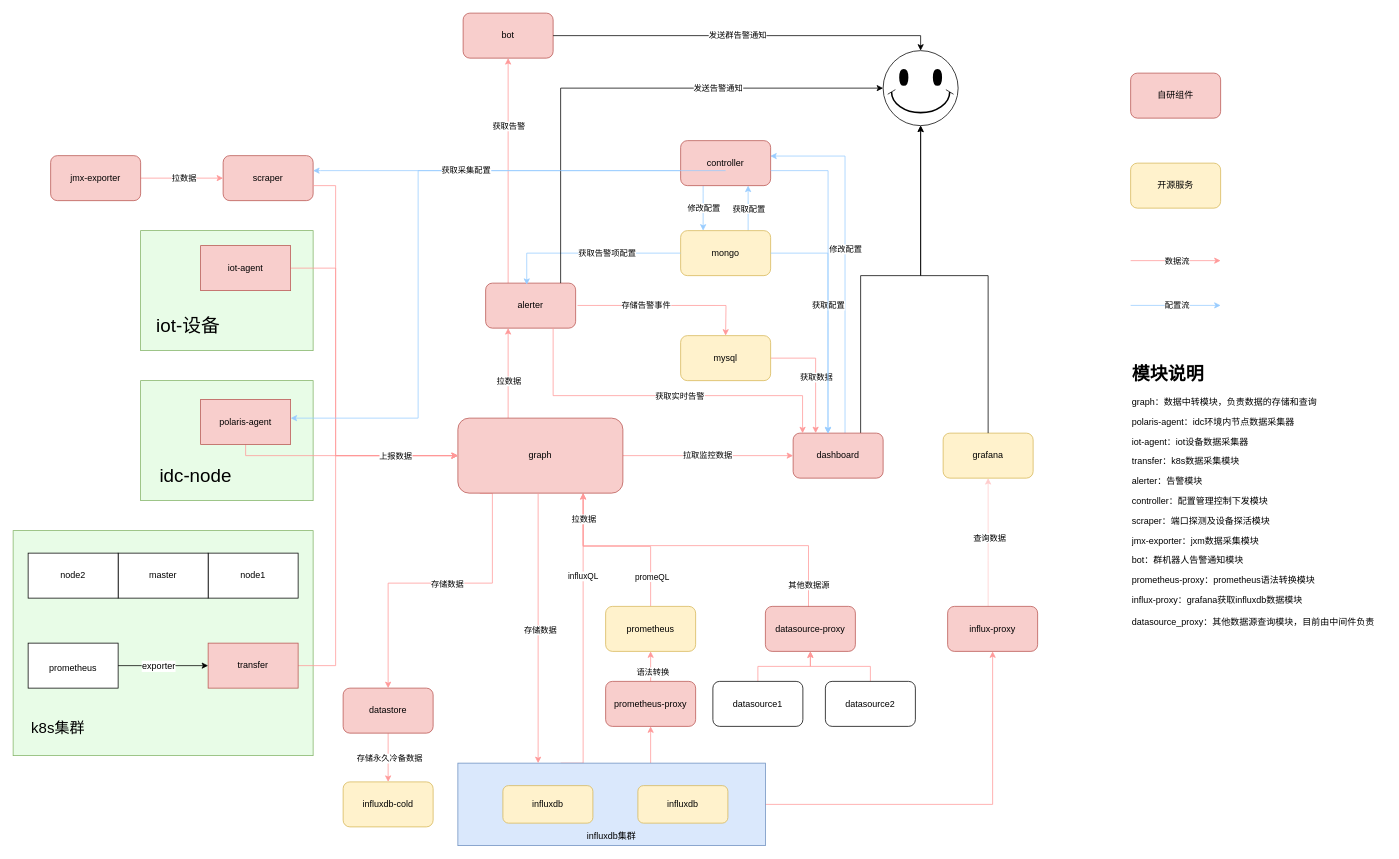
This is polaris框架.drawio from wupei-w/diagrams, a draw.io file, before an edit. Source tidied: cells renumbered, new cells numbered last; positions are measured from the earlier drawing's top-left corner, leaving out a move shared by most shapes. Both pictures are drawn from the tidied source at 75%, with x=0, y=0 at pixel (13, 13).
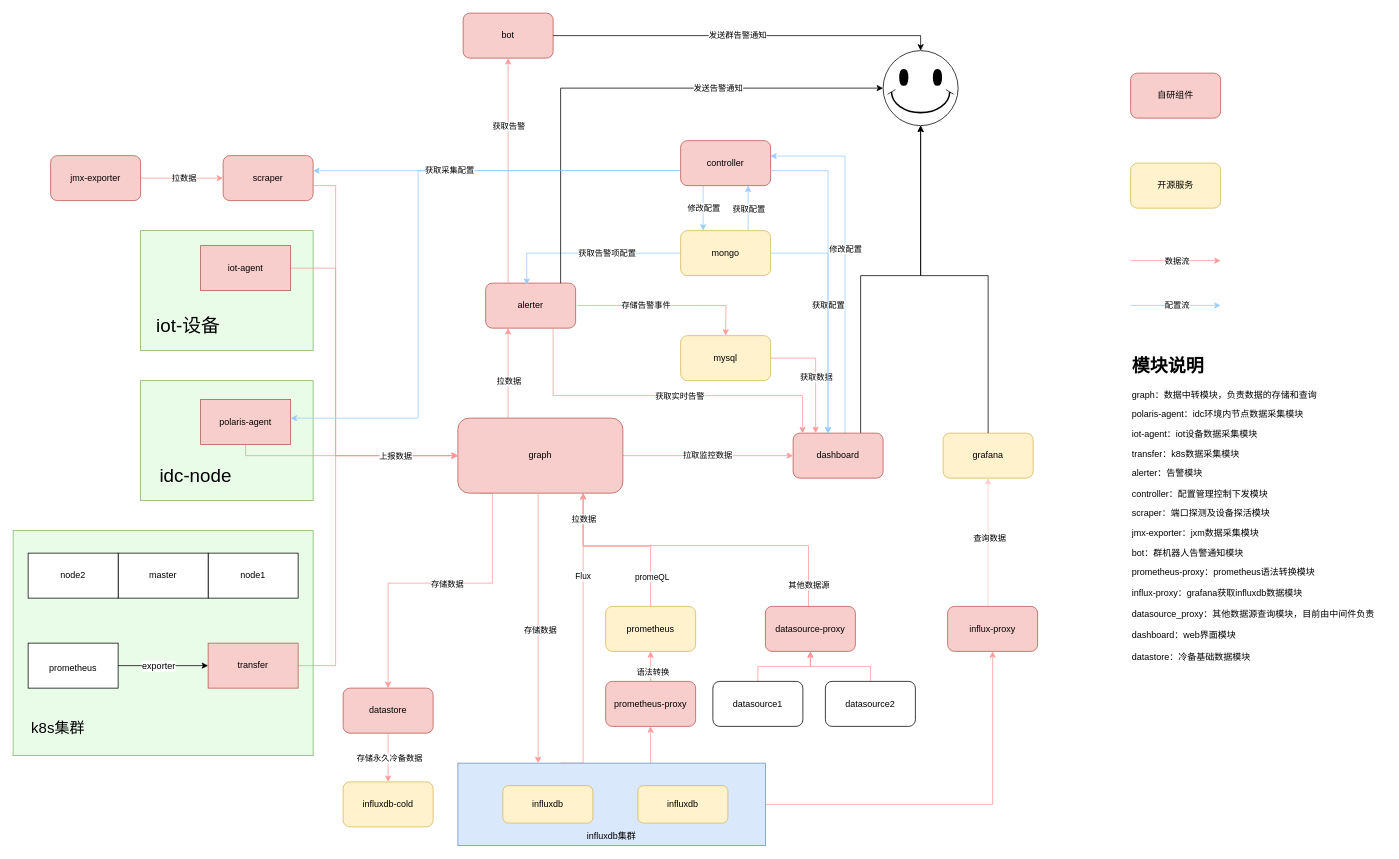
The same diagram, later.

The change refers to these unchanged cells:
```xml
<mxCell id="5" style="edgeStyle=orthogonalEdgeStyle;rounded=0;orthogonalLoop=1;jettySize=auto;html=1;exitX=0;exitY=0;exitDx=0;exitDy=0;entryX=0.5;entryY=1;entryDx=0;entryDy=0;strokeColor=#FF9999;" parent="1" edge="1">
  <mxGeometry relative="1" as="geometry">
    <mxPoint x="730" y="1000" as="sourcePoint" />
    <mxPoint x="760" y="630" as="targetPoint" />
    <Array as="points">
      <mxPoint x="760" y="1000" />
    </Array>
  </mxGeometry>
</mxCell>
```

What changed in the source:
```diff
@@
-    <mxCell id="6" value="influxQL" style="edgeLabel;html=1;align=center;verticalAlign=middle;" parent="5" vertex="1">
+    <mxCell id="6" value="Flux" style="edgeLabel;html=1;align=center;verticalAlign=middle;" parent="5" vertex="1">
       <mxGeometry x="0.4" y="1" relative="1" as="geometry" />
     </mxCell>
@@
     <mxCell id="104" style="edgeStyle=orthogonalEdgeStyle;rounded=0;orthogonalLoop=1;jettySize=auto;html=1;strokeColor=#99CCFF;" parent="1" edge="1">
       <mxGeometry relative="1" as="geometry">
-        <mxPoint x="950" y="210" as="sourcePoint" />
+        <mxPoint x="890" y="210" as="sourcePoint" />
         <mxPoint x="400" y="210" as="targetPoint" />
         <Array as="points">
           <mxPoint x="410" y="210" />
         </Array>
       </mxGeometry>
     </mxCell>
@@
-    <mxCell id="106" value="&lt;h1 style=&quot;margin-top: 0px;&quot;&gt;模块说明&lt;/h1&gt;&lt;p&gt;graph：数据中转模块，负责数据的存储和查询&lt;/p&gt;&lt;p&gt;polaris-agent：idc环境内节点数据采集器&lt;/p&gt;&lt;p&gt;iot-agent：iot设备数据采集器&lt;/p&gt;&lt;p&gt;transfer：k8s数据采集模块&lt;br&gt;&lt;/p&gt;&lt;p&gt;alerter：告警模块&lt;/p&gt;&lt;p&gt;controller：配置管理控制下发模块&lt;/p&gt;&lt;p&gt;scraper：端口探测及设备探活模块&lt;/p&gt;&lt;p&gt;jmx-exporter：jxm数据采集模块&lt;/p&gt;&lt;p&gt;&lt;span style=&quot;background-color: initial;&quot;&gt;bot：群机器人告警通知模块&lt;/span&gt;&lt;br&gt;&lt;/p&gt;&lt;p&gt;prometheus-proxy：prometheus语法转换模块&lt;/p&gt;&lt;div&gt;influx-proxy：grafana获取influxdb数据模块&lt;/div&gt;&lt;div&gt;&lt;br&gt;&lt;/div&gt;&lt;div&gt;datasource_proxy：其他数据源查询模块，目前由中间件负责&lt;/div&gt;&lt;div&gt;&lt;br&gt;&lt;/div&gt;&lt;div&gt;&lt;br&gt;&lt;/div&gt;&lt;div&gt;&lt;br&gt;&lt;/div&gt;&lt;p&gt;&lt;br&gt;&lt;/p&gt;&lt;p&gt;&lt;br&gt;&lt;/p&gt;" style="text;html=1;whiteSpace=wrap;overflow=hidden;rounded=0;" parent="1" vertex="1">
-      <mxGeometry x="1490" y="460" width="340" height="380" as="geometry" />
+    <mxCell id="106" value="&lt;h1 style=&quot;margin-top: 0px;&quot;&gt;模块说明&lt;/h1&gt;&lt;p&gt;graph：数据中转模块，负责数据的存储和查询&lt;/p&gt;&lt;p&gt;polaris-agent：idc环境内节点数据采集模块&lt;/p&gt;&lt;p&gt;iot-agent：iot设备数据采集模块&lt;/p&gt;&lt;p&gt;transfer：k8s数据采集模块&lt;br&gt;&lt;/p&gt;&lt;p&gt;alerter：告警模块&lt;/p&gt;&lt;p&gt;controller：配置管理控制下发模块&lt;/p&gt;&lt;p&gt;scraper：端口探测及设备探活模块&lt;/p&gt;&lt;p&gt;jmx-exporter：jxm数据采集模块&lt;/p&gt;&lt;p&gt;&lt;span style=&quot;background-color: initial;&quot;&gt;bot：群机器人告警通知模块&lt;/span&gt;&lt;br&gt;&lt;/p&gt;&lt;p&gt;prometheus-proxy：prometheus语法转换模块&lt;/p&gt;&lt;div&gt;influx-proxy：grafana获取influxdb数据模块&lt;/div&gt;&lt;div&gt;&lt;br&gt;&lt;/div&gt;&lt;div&gt;datasource_proxy：其他数据源查询模块，目前由中间件负责&lt;/div&gt;&lt;div&gt;&lt;br&gt;&lt;/div&gt;&lt;div&gt;dashboard：web界面模块&lt;/div&gt;&lt;div&gt;&lt;br&gt;&lt;/div&gt;&lt;div&gt;datastore：冷备基础数据模块&lt;/div&gt;&lt;div&gt;&lt;br&gt;&lt;/div&gt;&lt;div&gt;&lt;br&gt;&lt;/div&gt;&lt;div&gt;&lt;br&gt;&lt;/div&gt;&lt;p&gt;&lt;br&gt;&lt;/p&gt;&lt;p&gt;&lt;br&gt;&lt;/p&gt;" style="text;html=1;whiteSpace=wrap;overflow=hidden;rounded=0;" parent="1" vertex="1">
+      <mxGeometry x="1490" y="450" width="340" height="480" as="geometry" />
     </mxCell>
```
